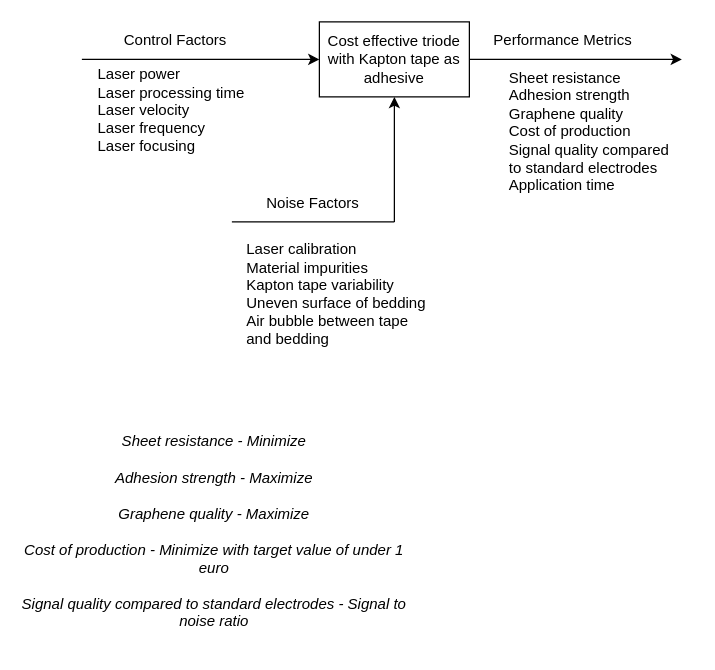
Above: bbla.drawio in asdismilla/FlowChart (draw.io), before the change. Source tidied: cells renumbered, new cells numbered last; positions are measured from the earlier drawing's top-left corner, leaving out a move shared by most shapes. Both pictures are drawn from the tidied source at 125%, with x=0, y=0 at pixel (20, 21).
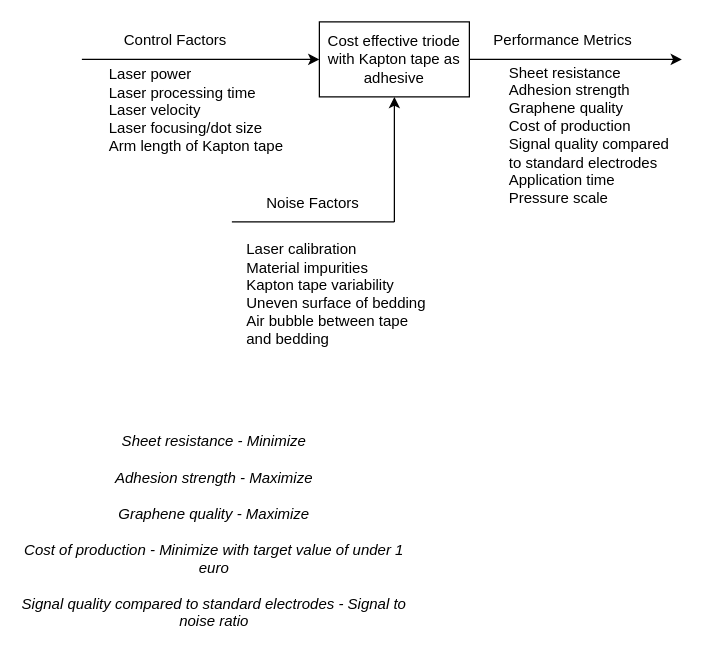
Above is the later version.

What changed in the source:
```diff
@@
 <mxGraphModel>
   <root>
     <mxCell id="0" />
     <mxCell id="1" parent="0" />
     <mxCell id="2" style="endArrow=classic;html=1;rounded=0;entryX=0;entryY=0.5;entryDx=0;entryDy=0;" parent="1" edge="1" target="4">
       <mxGeometry relative="1" as="geometry">
         <mxPoint x="49" y="30" as="sourcePoint" />
       </mxGeometry>
     </mxCell>
     <mxCell id="3" value="Control Factors" style="text;html=1;align=center;verticalAlign=middle;whiteSpace=wrap;rounded=0;" parent="1" vertex="1">
       <mxGeometry x="69" width="110" height="30" as="geometry" />
     </mxCell>
     <mxCell id="4" value="Cost effective triode with Kapton tape as adhesive" style="rounded=0;whiteSpace=wrap;html=1;" parent="1" vertex="1">
       <mxGeometry x="239" width="120" height="60" as="geometry" />
     </mxCell>
-    <mxCell id="5" value="&lt;div&gt;Laser power&lt;/div&gt;&lt;div&gt;Laser processing time&lt;/div&gt;&lt;div&gt;Laser velocity&lt;/div&gt;&lt;div&gt;Laser frequency&lt;/div&gt;&lt;div&gt;Laser focusing&lt;/div&gt;&lt;div&gt;&lt;br&gt;&lt;/div&gt;&lt;div&gt;&lt;br&gt;&lt;/div&gt;" style="text;html=1;align=left;verticalAlign=middle;whiteSpace=wrap;rounded=0;" parent="1" vertex="1">
-      <mxGeometry x="60.2" y="70" width="190" height="30" as="geometry" />
+    <mxCell id="5" value="&lt;div&gt;Laser power&lt;/div&gt;&lt;div&gt;Laser processing time&lt;/div&gt;&lt;div&gt;Laser velocity&lt;/div&gt;&lt;div&gt;Laser focusing/dot size&lt;/div&gt;&lt;div&gt;Arm length of Kapton tape&lt;/div&gt;&lt;div&gt;&lt;br&gt;&lt;/div&gt;&lt;div&gt;&lt;br&gt;&lt;/div&gt;" style="text;html=1;align=left;verticalAlign=middle;whiteSpace=wrap;rounded=0;" parent="1" vertex="1">
+      <mxGeometry x="69" y="70" width="190" height="30" as="geometry" />
     </mxCell>
     <mxCell id="6" style="endArrow=classic;html=1;rounded=0;entryX=0.5;entryY=1;entryDx=0;entryDy=0;" parent="1" edge="1" target="4">
       <mxGeometry relative="1" as="geometry">
         <mxPoint x="299" y="140" as="sourcePoint" />
       </mxGeometry>
     </mxCell>
     <mxCell id="7" style="endArrow=none;html=1;rounded=0;" parent="1" edge="1">
       <mxGeometry relative="1" as="geometry">
         <mxPoint x="169" y="160" as="sourcePoint" />
         <mxPoint x="299" y="160" as="targetPoint" />
       </mxGeometry>
     </mxCell>
     <mxCell id="8" value="Noise Factors" style="text;html=1;align=center;verticalAlign=middle;whiteSpace=wrap;rounded=0;" parent="1" vertex="1">
       <mxGeometry x="189" y="130" width="90" height="30" as="geometry" />
     </mxCell>
     <mxCell id="9" style="endArrow=classic;html=1;rounded=0;exitX=1;exitY=0.5;exitDx=0;exitDy=0;" parent="1" edge="1" source="4">
       <mxGeometry relative="1" as="geometry">
         <mxPoint x="529" y="30" as="targetPoint" />
       </mxGeometry>
     </mxCell>
     <mxCell id="10" value="Performance Metrics" style="text;html=1;align=center;verticalAlign=middle;whiteSpace=wrap;rounded=0;" parent="1" vertex="1">
       <mxGeometry x="359" width="150" height="30" as="geometry" />
     </mxCell>
     <mxCell id="11" value="Laser calibration&lt;br&gt;Material impurities&lt;br&gt;Kapton tape variability&amp;nbsp;&lt;br&gt;Uneven surface of bedding&lt;br&gt;Air bubble between tape and bedding&amp;nbsp;&lt;br&gt;&lt;div&gt;&lt;br&gt;&lt;/div&gt;" style="text;html=1;align=left;verticalAlign=middle;whiteSpace=wrap;rounded=0;" parent="1" vertex="1">
       <mxGeometry x="179" y="210" width="152.5" height="30" as="geometry" />
     </mxCell>
-    <mxCell id="12" value="Sheet resistance&lt;br&gt;Adhesion strength&amp;nbsp;&lt;br&gt;Graphene quality&amp;nbsp;&lt;br&gt;Cost of production&lt;br&gt;Signal quality compared to standard electrodes&lt;br&gt;Application time&lt;br&gt;&amp;nbsp;" style="text;html=1;align=left;verticalAlign=middle;whiteSpace=wrap;rounded=0;" parent="1" vertex="1">
-      <mxGeometry x="389" y="80" width="135" height="30" as="geometry" />
+    <mxCell id="12" value="Sheet resistance&lt;br&gt;Adhesion strength&amp;nbsp;&lt;br&gt;Graphene quality&amp;nbsp;&lt;br&gt;Cost of production&lt;br&gt;Signal quality compared to standard electrodes&lt;br&gt;Application time&lt;br&gt;Pressure scale&lt;br&gt;&lt;br&gt;&amp;nbsp;" style="text;html=1;align=left;verticalAlign=middle;whiteSpace=wrap;rounded=0;" parent="1" vertex="1">
+      <mxGeometry x="389" y="90" width="135" height="30" as="geometry" />
     </mxCell>
     <mxCell id="13" style="edgeStyle=orthogonalEdgeStyle;rounded=0;orthogonalLoop=1;jettySize=auto;html=1;exitX=0.5;exitY=1;exitDx=0;exitDy=0;" parent="1" edge="1" source="5" target="5">
       <mxGeometry relative="1" as="geometry" />
     </mxCell>
     <mxCell id="14" value="&lt;i&gt;Sheet resistance - Minimize&lt;br&gt;&lt;br&gt;Adhesion strength - Maximize&lt;br&gt;&amp;nbsp;&lt;br&gt;Graphene quality - Maximize&lt;br&gt;&amp;nbsp;&lt;br&gt;Cost of production - Minimize with target value of under 1 euro&lt;br&gt;&lt;br&gt;Signal quality compared to standard electrodes - Signal to noise ratio&lt;br&gt;&amp;nbsp;&lt;/i&gt;" style="text;html=1;align=center;verticalAlign=middle;whiteSpace=wrap;rounded=0;" parent="1" vertex="1">
       <mxGeometry x="0.2" y="400" width="310" height="30" as="geometry" />
     </mxCell>
     <mxCell id="15" style="endArrow=none;html=1;rounded=0;" parent="1" edge="1">
       <mxGeometry relative="1" as="geometry">
         <mxPoint x="299" y="160" as="sourcePoint" />
         <mxPoint x="299" y="140" as="targetPoint" />
       </mxGeometry>
     </mxCell>
   </root>
 </mxGraphModel>
```
